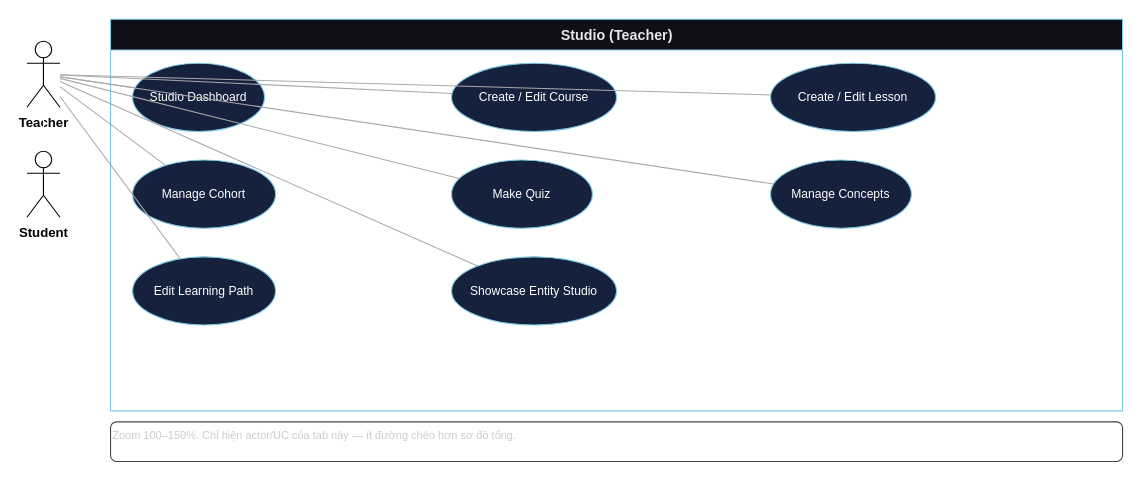
This is page "07 Studio" (8 of 9) of docs/diagrams/UC-Diagram.drawio from quangg1/ASTRO_EDU, a draw.io file, before an edit. Source tidied: cells renumbered, new cells numbered last; positions are measured from the earlier drawing's top-left corner, leaving out a move shared by most shapes. Both pictures are drawn from the tidied source at 110%, with x=0, y=0 at pixel (26, 19).
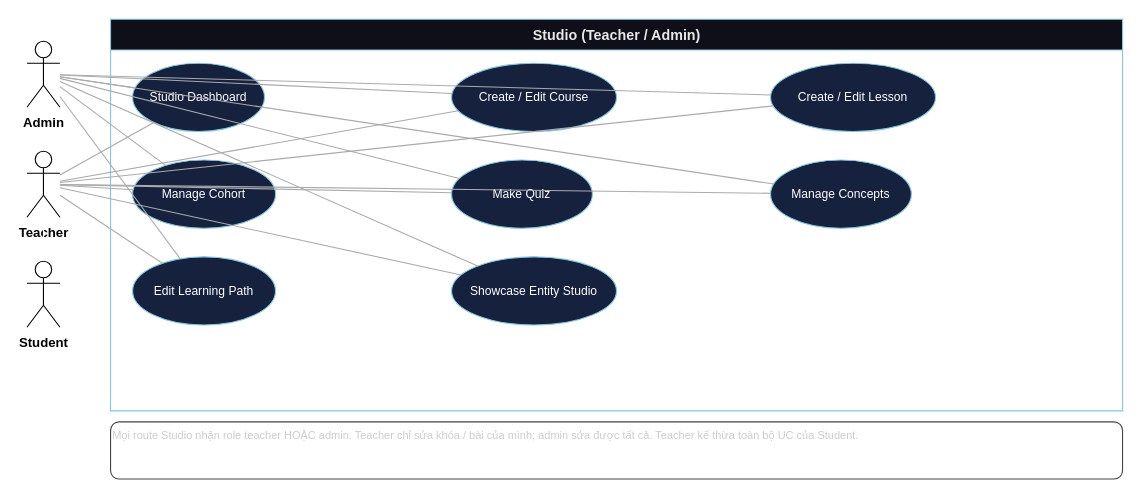
After the change.

The change refers to these unchanged cells:
```xml
<mxCell id="4" value="Studio Dashboard" style="ellipse;whiteSpace=wrap;html=1;fontSize=11;fontColor=#ffffff;fillColor=#16213e;strokeColor=#7ec8e3;" parent="2" vertex="1">
  <mxGeometry x="20" y="40" width="120" height="62" as="geometry" />
</mxCell>
<mxCell id="5" value="Create / Edit Course" style="ellipse;whiteSpace=wrap;html=1;fontSize=11;fontColor=#ffffff;fillColor=#16213e;strokeColor=#7ec8e3;" parent="2" vertex="1">
  <mxGeometry x="310" y="40" width="150" height="62" as="geometry" />
</mxCell>
<mxCell id="6" value="Create / Edit Lesson" style="ellipse;whiteSpace=wrap;html=1;fontSize=11;fontColor=#ffffff;fillColor=#16213e;strokeColor=#7ec8e3;" parent="2" vertex="1">
  <mxGeometry x="600" y="40" width="150" height="62" as="geometry" />
</mxCell>
<mxCell id="7" value="Manage Cohort" style="ellipse;whiteSpace=wrap;html=1;fontSize=11;fontColor=#ffffff;fillColor=#16213e;strokeColor=#7ec8e3;" parent="2" vertex="1">
  <mxGeometry x="20" y="128" width="130" height="62" as="geometry" />
</mxCell>
<mxCell id="8" value="Make Quiz" style="ellipse;whiteSpace=wrap;html=1;fontSize=11;fontColor=#ffffff;fillColor=#16213e;strokeColor=#7ec8e3;" parent="2" vertex="1">
  <mxGeometry x="310" y="128" width="128" height="62" as="geometry" />
</mxCell>
<mxCell id="9" value="Manage Concepts" style="ellipse;whiteSpace=wrap;html=1;fontSize=11;fontColor=#ffffff;fillColor=#16213e;strokeColor=#7ec8e3;" parent="2" vertex="1">
  <mxGeometry x="600" y="128" width="128" height="62" as="geometry" />
</mxCell>
<mxCell id="10" value="Edit Learning Path" style="ellipse;whiteSpace=wrap;html=1;fontSize=11;fontColor=#ffffff;fillColor=#16213e;strokeColor=#7ec8e3;" parent="2" vertex="1">
  <mxGeometry x="20" y="216" width="130" height="62" as="geometry" />
</mxCell>
<mxCell id="11" value="Showcase Entity Studio" style="ellipse;whiteSpace=wrap;html=1;fontSize=11;fontColor=#ffffff;fillColor=#16213e;strokeColor=#7ec8e3;" parent="2" vertex="1">
  <mxGeometry x="310" y="216" width="150" height="62" as="geometry" />
</mxCell>
```

Diff of the diagram source:
```diff
@@
-    <mxCell id="2" value="Studio (Teacher)" style="swimlane;startSize=28;fontStyle=1;fontSize=13;html=1;fillColor=#0f0f1a;fontColor=#e8e8e8;strokeColor=#7ec8e3;" parent="1" vertex="1">
+    <mxCell id="2" value="Studio (Teacher / Admin)" style="swimlane;startSize=28;fontStyle=1;fontSize=13;html=1;fillColor=#0f0f1a;fontColor=#e8e8e8;strokeColor=#7ec8e3;" parent="1" vertex="1">
       <mxGeometry x="76" width="920" height="356" as="geometry" />
     </mxCell>
+    <mxCell id="23" value="Admin" style="shape=umlActor;verticalLabelPosition=bottom;verticalAlign=top;html=1;outlineConnect=0;fontSize=12;fontStyle=1;" parent="1" vertex="1">
+      <mxGeometry y="20" width="30" height="60" as="geometry" />
+    </mxCell>
     <mxCell id="3" value="Teacher" style="shape=umlActor;verticalLabelPosition=bottom;verticalAlign=top;html=1;outlineConnect=0;fontSize=12;fontStyle=1;" parent="1" vertex="1">
-      <mxGeometry y="20" width="30" height="60" as="geometry" />
+      <mxGeometry y="120" width="30" height="60" as="geometry" />
     </mxCell>
@@
+    <mxCell id="24" style="rounded=1;html=1;endArrow=none;endFill=0;strokeColor=#aaaaaa;fontSize=10;" parent="1" edge="1" source="23" target="4">
+      <mxGeometry relative="1" as="geometry" />
+    </mxCell>
+    <mxCell id="25" style="rounded=1;html=1;endArrow=none;endFill=0;strokeColor=#aaaaaa;fontSize=10;" parent="1" edge="1" source="23" target="5">
+      <mxGeometry relative="1" as="geometry" />
+    </mxCell>
+    <mxCell id="26" style="rounded=1;html=1;endArrow=none;endFill=0;strokeColor=#aaaaaa;fontSize=10;" parent="1" edge="1" source="23" target="6">
+      <mxGeometry relative="1" as="geometry" />
+    </mxCell>
+    <mxCell id="27" style="rounded=1;html=1;endArrow=none;endFill=0;strokeColor=#aaaaaa;fontSize=10;" parent="1" edge="1" source="23" target="7">
+      <mxGeometry relative="1" as="geometry" />
+    </mxCell>
+    <mxCell id="28" style="rounded=1;html=1;endArrow=none;endFill=0;strokeColor=#aaaaaa;fontSize=10;" parent="1" edge="1" source="23" target="8">
+      <mxGeometry relative="1" as="geometry" />
+    </mxCell>
+    <mxCell id="29" style="rounded=1;html=1;endArrow=none;endFill=0;strokeColor=#aaaaaa;fontSize=10;" parent="1" edge="1" source="23" target="9">
+      <mxGeometry relative="1" as="geometry" />
+    </mxCell>
+    <mxCell id="30" style="rounded=1;html=1;endArrow=none;endFill=0;strokeColor=#aaaaaa;fontSize=10;" parent="1" edge="1" source="23" target="10">
+      <mxGeometry relative="1" as="geometry" />
+    </mxCell>
+    <mxCell id="31" style="rounded=1;html=1;endArrow=none;endFill=0;strokeColor=#aaaaaa;fontSize=10;" parent="1" edge="1" source="23" target="11">
+      <mxGeometry relative="1" as="geometry" />
+    </mxCell>
@@
     <mxCell id="20" value="Student" style="shape=umlActor;verticalLabelPosition=bottom;verticalAlign=top;html=1;outlineConnect=0;fontSize=12;fontStyle=1;" parent="1" vertex="1">
-      <mxGeometry y="120" width="30" height="60" as="geometry" />
+      <mxGeometry y="220" width="30" height="60" as="geometry" />
     </mxCell>
@@
-    <mxCell id="22" value="Zoom 100–150%. Chỉ hiện actor/UC của tab này — ít đường chéo hơn sơ đồ tổng." style="text;html=1;strokeColor=#444;fillColor=none;align=left;verticalAlign=top;fontSize=10;fontColor=#cccccc;rounded=1;" parent="1" vertex="1">
-      <mxGeometry x="76" y="366" width="920" height="36" as="geometry" />
+    <mxCell id="22" value="Mọi route Studio nhận role teacher HOẶC admin. Teacher chỉ sửa khóa / bài của mình; admin sửa được tất cả. Teacher kế thừa toàn bộ UC của Student." style="text;html=1;strokeColor=#444;fillColor=none;align=left;verticalAlign=top;fontSize=10;fontColor=#cccccc;rounded=1;" parent="1" vertex="1">
+      <mxGeometry x="76" y="366" width="920" height="52" as="geometry" />
     </mxCell>
```
